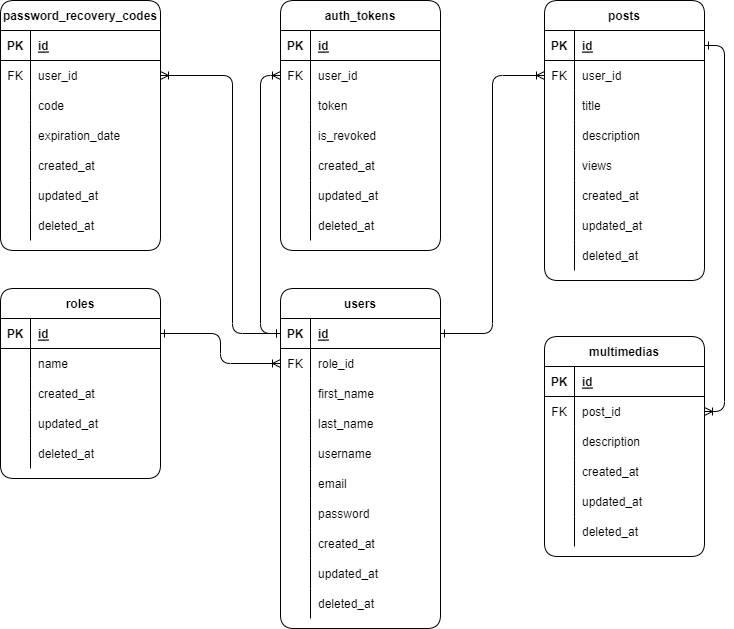
Earlier version of the draw.io export resources/imgs/solution.png (jessicaramsa/basic-social-network). Source tidied: cells renumbered, new cells last; positions are measured from the earlier drawing's top-left corner, leaving out a move shared by most shapes.
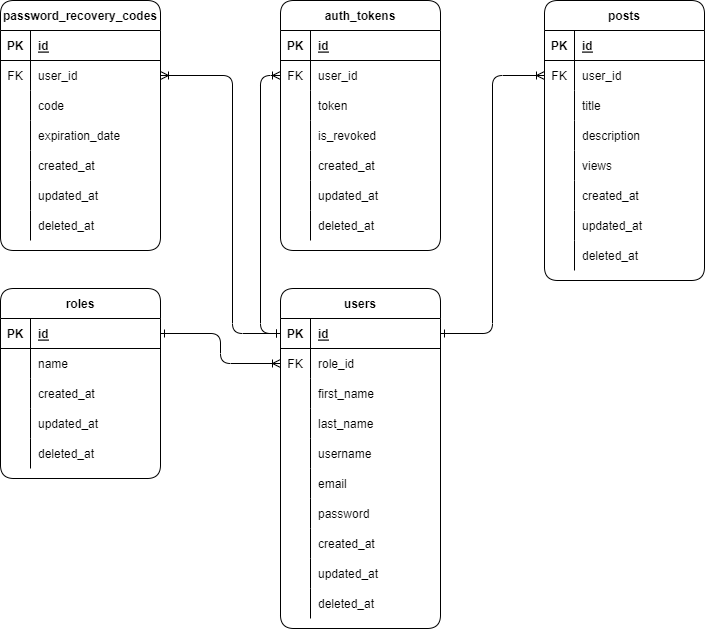
The same diagram one commit later.

What changed in the source:
```diff
@@ -367,65 +367,5 @@
     <mxCell id="121" style="edgeStyle=orthogonalEdgeStyle;rounded=1;jettySize=auto;html=1;exitX=1;exitY=0.5;exitDx=0;exitDy=0;entryX=0;entryY=0.5;entryDx=0;entryDy=0;fontSize=12;startArrow=ERone;startFill=0;endArrow=ERoneToMany;endFill=0;" parent="1" edge="1" source="3" target="37">
       <mxGeometry relative="1" as="geometry" />
     </mxCell>
-    <mxCell id="122" value="multimedias" style="shape=table;startSize=30;rowLines=0;fontStyle=1;align=center;rounded=1;" parent="1" vertex="1">
-      <mxGeometry x="544" y="336" width="160" height="220" as="geometry" />
-    </mxCell>
-    <mxCell id="123" style="shape=tableRow;horizontal=0;startSize=0;swimlaneHead=0;swimlaneBody=0;fillColor=none;top=0;left=0;right=0;bottom=1;" parent="122" vertex="1">
-      <mxGeometry y="30" width="160" height="30" as="geometry" />
-    </mxCell>
-    <mxCell id="124" value="PK" style="shape=partialRectangle;fillColor=none;top=0;left=0;bottom=0;right=0;fontStyle=1;overflow=hidden;" parent="123" vertex="1">
-      <mxGeometry width="30" height="30" as="geometry" />
-    </mxCell>
-    <mxCell id="125" value="id" style="shape=partialRectangle;fillColor=none;top=0;left=0;bottom=0;right=0;align=left;spacingLeft=6;fontStyle=5;overflow=hidden;" parent="123" vertex="1">
-      <mxGeometry x="30" width="130" height="30" as="geometry" />
-    </mxCell>
-    <mxCell id="126" style="shape=tableRow;horizontal=0;startSize=0;swimlaneHead=0;swimlaneBody=0;fillColor=none;points=[[0,0.5],[1,0.5]];portConstraint=eastwest;top=0;left=0;right=0;bottom=0;" parent="122" vertex="1">
-      <mxGeometry y="60" width="160" height="30" as="geometry" />
-    </mxCell>
-    <mxCell id="127" value="FK" style="shape=partialRectangle;fillColor=none;top=0;left=0;bottom=0;right=0;overflow=hidden;" parent="126" vertex="1">
-      <mxGeometry width="30" height="30" as="geometry" />
-    </mxCell>
-    <mxCell id="128" value="post_id" style="shape=partialRectangle;fillColor=none;top=0;left=0;bottom=0;right=0;align=left;spacingLeft=6;overflow=hidden;" parent="126" vertex="1">
-      <mxGeometry x="30" width="130" height="30" as="geometry" />
-    </mxCell>
-    <mxCell id="129" style="shape=tableRow;horizontal=0;startSize=0;swimlaneHead=0;swimlaneBody=0;fillColor=none;top=0;left=0;right=0;bottom=0;" parent="122" vertex="1">
-      <mxGeometry y="90" width="160" height="30" as="geometry" />
-    </mxCell>
-    <mxCell id="130" style="shape=partialRectangle;fillColor=none;top=0;left=0;bottom=0;right=0;overflow=hidden;" parent="129" vertex="1">
-      <mxGeometry width="30" height="30" as="geometry" />
-    </mxCell>
-    <mxCell id="131" value="description" style="shape=partialRectangle;fillColor=none;top=0;left=0;bottom=0;right=0;align=left;spacingLeft=6;overflow=hidden;" parent="129" vertex="1">
-      <mxGeometry x="30" width="130" height="30" as="geometry" />
-    </mxCell>
-    <mxCell id="132" style="shape=tableRow;horizontal=0;startSize=0;swimlaneHead=0;swimlaneBody=0;fillColor=none;top=0;left=0;right=0;bottom=0;" parent="122" vertex="1">
-      <mxGeometry y="120" width="160" height="30" as="geometry" />
-    </mxCell>
-    <mxCell id="133" style="shape=partialRectangle;fillColor=none;top=0;left=0;bottom=0;right=0;overflow=hidden;" parent="132" vertex="1">
-      <mxGeometry width="30" height="30" as="geometry" />
-    </mxCell>
-    <mxCell id="134" value="created_at" style="shape=partialRectangle;fillColor=none;top=0;left=0;bottom=0;right=0;align=left;spacingLeft=6;overflow=hidden;" parent="132" vertex="1">
-      <mxGeometry x="30" width="130" height="30" as="geometry" />
-    </mxCell>
-    <mxCell id="135" style="shape=tableRow;horizontal=0;startSize=0;swimlaneHead=0;swimlaneBody=0;fillColor=none;top=0;left=0;right=0;bottom=0;" parent="122" vertex="1">
-      <mxGeometry y="150" width="160" height="30" as="geometry" />
-    </mxCell>
-    <mxCell id="136" style="shape=partialRectangle;fillColor=none;top=0;left=0;bottom=0;right=0;overflow=hidden;" parent="135" vertex="1">
-      <mxGeometry width="30" height="30" as="geometry" />
-    </mxCell>
-    <mxCell id="137" value="updated_at" style="shape=partialRectangle;fillColor=none;top=0;left=0;bottom=0;right=0;align=left;spacingLeft=6;overflow=hidden;" parent="135" vertex="1">
-      <mxGeometry x="30" width="130" height="30" as="geometry" />
-    </mxCell>
-    <mxCell id="138" style="shape=tableRow;horizontal=0;startSize=0;swimlaneHead=0;swimlaneBody=0;fillColor=none;top=0;left=0;right=0;bottom=0;" parent="122" vertex="1">
-      <mxGeometry y="180" width="160" height="30" as="geometry" />
-    </mxCell>
-    <mxCell id="139" style="shape=partialRectangle;fillColor=none;top=0;left=0;bottom=0;right=0;overflow=hidden;" parent="138" vertex="1">
-      <mxGeometry width="30" height="30" as="geometry" />
-    </mxCell>
-    <mxCell id="140" value="deleted_at" style="shape=partialRectangle;fillColor=none;top=0;left=0;bottom=0;right=0;align=left;spacingLeft=6;overflow=hidden;" parent="138" vertex="1">
-      <mxGeometry x="30" width="130" height="30" as="geometry" />
-    </mxCell>
-    <mxCell id="141" style="edgeStyle=orthogonalEdgeStyle;rounded=1;jettySize=auto;html=1;exitX=1;exitY=0.5;exitDx=0;exitDy=0;entryX=1;entryY=0.5;entryDx=0;entryDy=0;fontSize=12;startArrow=ERone;startFill=0;endArrow=ERoneToMany;endFill=0;" parent="1" edge="1" source="34" target="126">
-      <mxGeometry relative="1" as="geometry" />
-    </mxCell>
   </root>
 </mxGraphModel>
```
